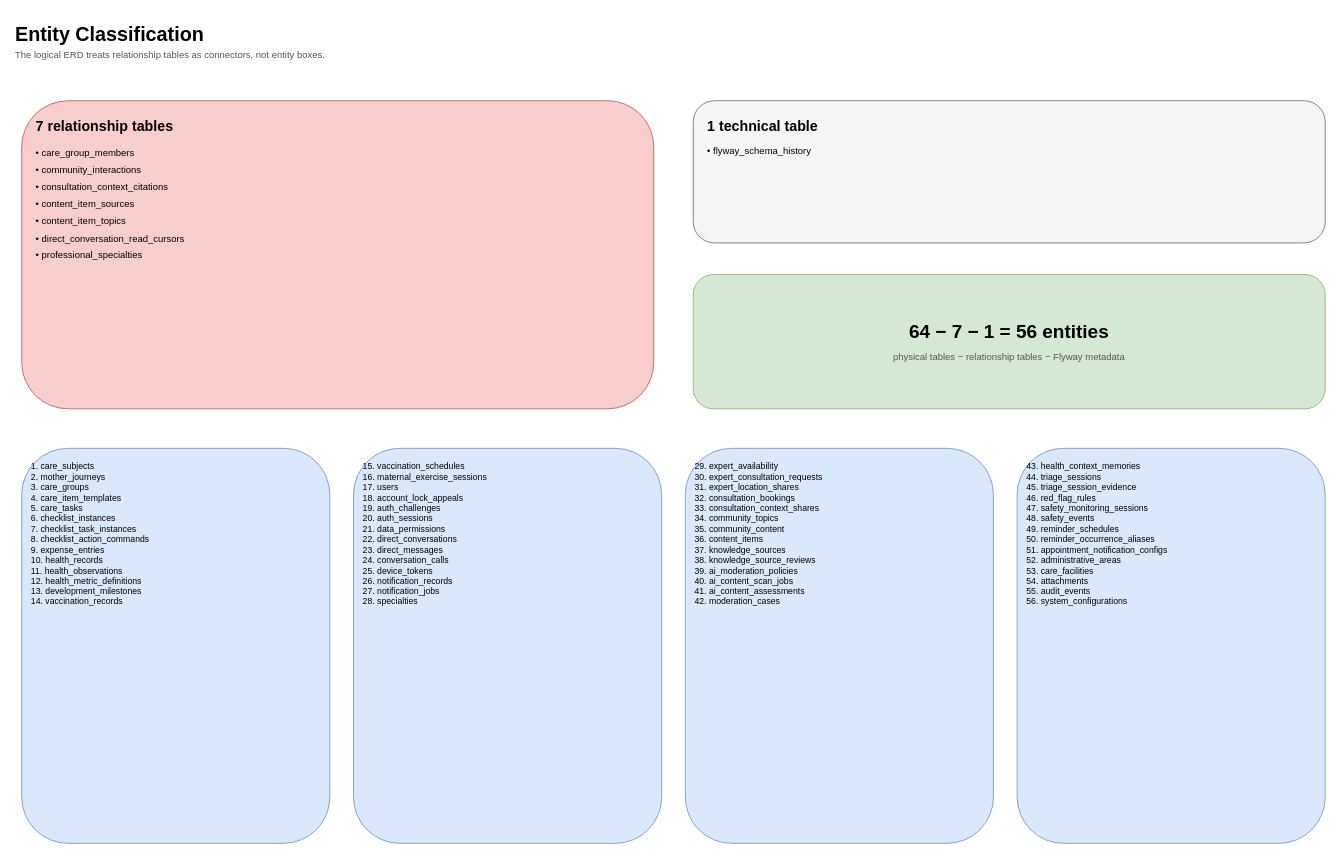
This is page "12 · Classification" (12 of 12) of 03_Design/Database/CareBridge_ERD_56_Entities.drawio from ChuongBDHE172784/CareBridge_SEP490_G79, a draw.io file, before an edit. Source tidied: cells renumbered, new cells numbered last; positions are measured from the earlier drawing's top-left corner, leaving out a move shared by most shapes. Both pictures are drawn from the tidied source at 79%, with x=0, y=0 at pixel (13, 13).
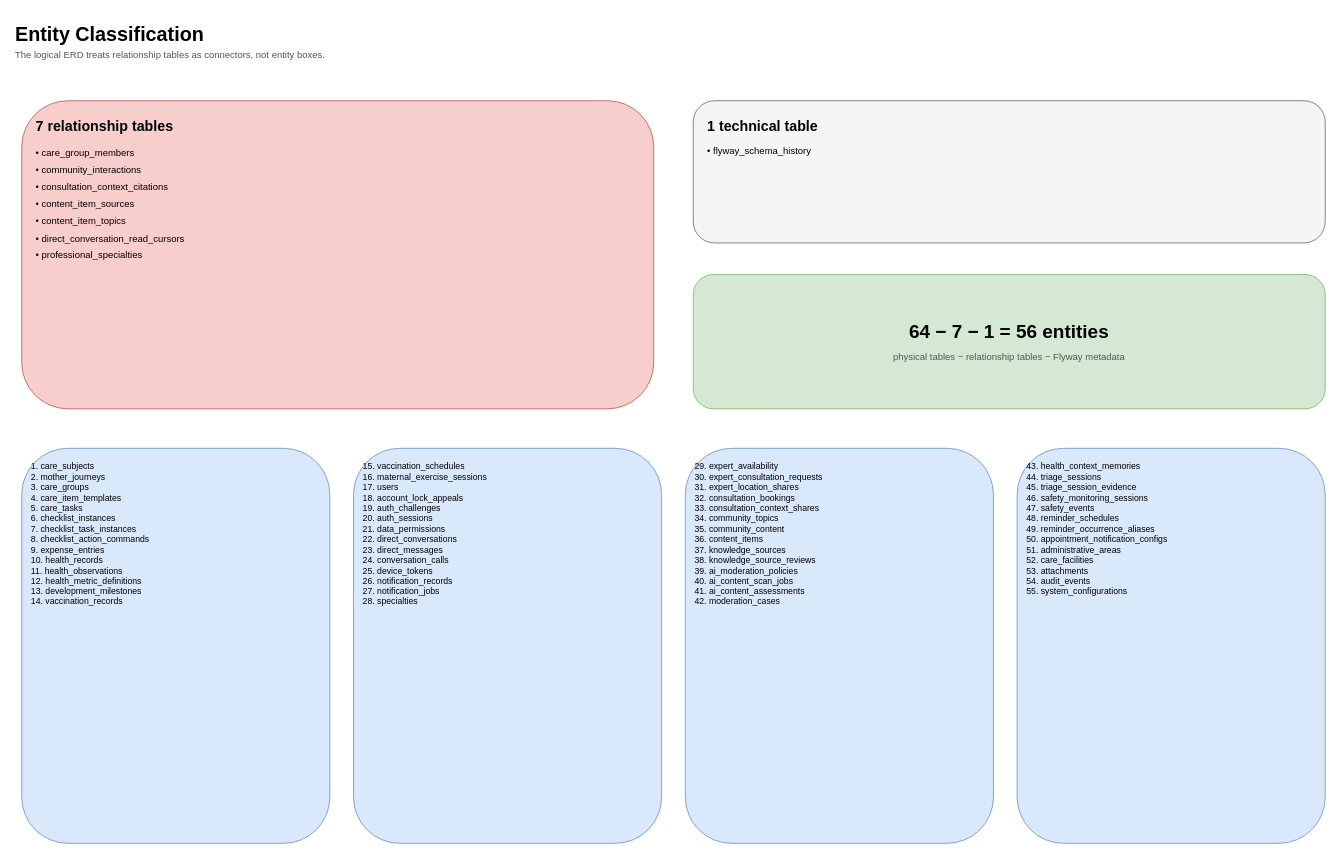
Above is the later version.

What changed in the source:
```diff
@@
 <mxGraphModel>
   <root>
     <mxCell id="0" />
     <mxCell id="1" parent="0" />
     <mxCell id="2" value="&lt;div style='font-size:25px;font-weight:bold'&gt;Entity Classification&lt;/div&gt;&lt;div style='font-size:12px;color:#555555;margin-top:5px'&gt;The logical ERD treats relationship tables as connectors, not entity boxes.&lt;/div&gt;" style="text;html=1;align=left;verticalAlign=middle;whiteSpace=wrap;overflow=hidden;" parent="1" vertex="1">
       <mxGeometry width="1300" height="70" as="geometry" />
     </mxCell>
     <mxCell id="3" value="&lt;div style='font-size:18px;font-weight:bold'&gt;7 relationship tables&lt;/div&gt;&lt;div style='margin-top:12px;line-height:1.8'&gt;• care_group_members&lt;br/&gt;• community_interactions&lt;br/&gt;• consultation_context_citations&lt;br/&gt;• content_item_sources&lt;br/&gt;• content_item_topics&lt;br/&gt;• direct_conversation_read_cursors&lt;br/&gt;• professional_specialties&lt;/div&gt;" style="rounded=1;whiteSpace=wrap;html=1;fillColor=#f8cecc;strokeColor=#b85450;align=left;verticalAlign=top;spacing=18;" parent="1" vertex="1">
       <mxGeometry x="10" y="110" width="800" height="390" as="geometry" />
     </mxCell>
     <mxCell id="4" value="&lt;div style='font-size:18px;font-weight:bold'&gt;1 technical table&lt;/div&gt;&lt;div style='margin-top:12px'&gt;• flyway_schema_history&lt;/div&gt;" style="rounded=1;whiteSpace=wrap;html=1;fillColor=#f5f5f5;strokeColor=#666666;align=left;verticalAlign=top;spacing=18;" parent="1" vertex="1">
       <mxGeometry x="860" y="110" width="800" height="180" as="geometry" />
     </mxCell>
     <mxCell id="5" value="&lt;div style='font-size:24px;font-weight:bold'&gt;64 − 7 − 1 = 56 entities&lt;/div&gt;&lt;div style='margin-top:10px;color:#555555'&gt;physical tables − relationship tables − Flyway metadata&lt;/div&gt;" style="rounded=1;whiteSpace=wrap;html=1;fillColor=#d5e8d4;strokeColor=#82b366;align=center;verticalAlign=middle;" parent="1" vertex="1">
       <mxGeometry x="860" y="330" width="800" height="170" as="geometry" />
     </mxCell>
     <mxCell id="6" value="1. care_subjects&lt;br/&gt;2. mother_journeys&lt;br/&gt;3. care_groups&lt;br/&gt;4. care_item_templates&lt;br/&gt;5. care_tasks&lt;br/&gt;6. checklist_instances&lt;br/&gt;7. checklist_task_instances&lt;br/&gt;8. checklist_action_commands&lt;br/&gt;9. expense_entries&lt;br/&gt;10. health_records&lt;br/&gt;11. health_observations&lt;br/&gt;12. health_metric_definitions&lt;br/&gt;13. development_milestones&lt;br/&gt;14. vaccination_records" style="rounded=1;whiteSpace=wrap;html=1;fillColor=#dae8fc;strokeColor=#6c8ebf;align=left;verticalAlign=top;spacing=12;fontSize=11;" parent="1" vertex="1">
       <mxGeometry x="10" y="550" width="390" height="500" as="geometry" />
     </mxCell>
     <mxCell id="7" value="15. vaccination_schedules&lt;br/&gt;16. maternal_exercise_sessions&lt;br/&gt;17. users&lt;br/&gt;18. account_lock_appeals&lt;br/&gt;19. auth_challenges&lt;br/&gt;20. auth_sessions&lt;br/&gt;21. data_permissions&lt;br/&gt;22. direct_conversations&lt;br/&gt;23. direct_messages&lt;br/&gt;24. conversation_calls&lt;br/&gt;25. device_tokens&lt;br/&gt;26. notification_records&lt;br/&gt;27. notification_jobs&lt;br/&gt;28. specialties" style="rounded=1;whiteSpace=wrap;html=1;fillColor=#dae8fc;strokeColor=#6c8ebf;align=left;verticalAlign=top;spacing=12;fontSize=11;" parent="1" vertex="1">
       <mxGeometry x="430" y="550" width="390" height="500" as="geometry" />
     </mxCell>
     <mxCell id="8" value="29. expert_availability&lt;br/&gt;30. expert_consultation_requests&lt;br/&gt;31. expert_location_shares&lt;br/&gt;32. consultation_bookings&lt;br/&gt;33. consultation_context_shares&lt;br/&gt;34. community_topics&lt;br/&gt;35. community_content&lt;br/&gt;36. content_items&lt;br/&gt;37. knowledge_sources&lt;br/&gt;38. knowledge_source_reviews&lt;br/&gt;39. ai_moderation_policies&lt;br/&gt;40. ai_content_scan_jobs&lt;br/&gt;41. ai_content_assessments&lt;br/&gt;42. moderation_cases" style="rounded=1;whiteSpace=wrap;html=1;fillColor=#dae8fc;strokeColor=#6c8ebf;align=left;verticalAlign=top;spacing=12;fontSize=11;" parent="1" vertex="1">
       <mxGeometry x="850" y="550" width="390" height="500" as="geometry" />
     </mxCell>
-    <mxCell id="9" value="43. health_context_memories&lt;br/&gt;44. triage_sessions&lt;br/&gt;45. triage_session_evidence&lt;br/&gt;46. red_flag_rules&lt;br/&gt;47. safety_monitoring_sessions&lt;br/&gt;48. safety_events&lt;br/&gt;49. reminder_schedules&lt;br/&gt;50. reminder_occurrence_aliases&lt;br/&gt;51. appointment_notification_configs&lt;br/&gt;52. administrative_areas&lt;br/&gt;53. care_facilities&lt;br/&gt;54. attachments&lt;br/&gt;55. audit_events&lt;br/&gt;56. system_configurations" style="rounded=1;whiteSpace=wrap;html=1;fillColor=#dae8fc;strokeColor=#6c8ebf;align=left;verticalAlign=top;spacing=12;fontSize=11;" parent="1" vertex="1">
+    <mxCell id="9" value="43. health_context_memories&lt;br/&gt;44. triage_sessions&lt;br/&gt;45. triage_session_evidence&lt;br/&gt;46. safety_monitoring_sessions&lt;br/&gt;47. safety_events&lt;br/&gt;48. reminder_schedules&lt;br/&gt;49. reminder_occurrence_aliases&lt;br/&gt;50. appointment_notification_configs&lt;br/&gt;51. administrative_areas&lt;br/&gt;52. care_facilities&lt;br/&gt;53. attachments&lt;br/&gt;54. audit_events&lt;br/&gt;55. system_configurations" style="rounded=1;whiteSpace=wrap;html=1;fillColor=#dae8fc;strokeColor=#6c8ebf;align=left;verticalAlign=top;spacing=12;fontSize=11;" parent="1" vertex="1">
       <mxGeometry x="1270" y="550" width="390" height="500" as="geometry" />
     </mxCell>
   </root>
 </mxGraphModel>
```
